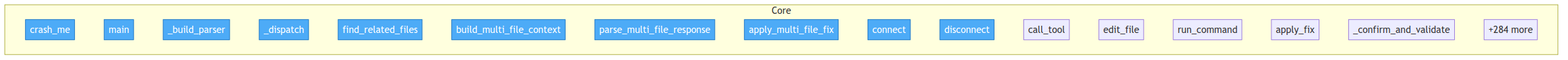
This is project/flow.png from semcod/pfix, a Mermaid export, as it was before one commit. Its source is kept beside it as project/flow.mmd.
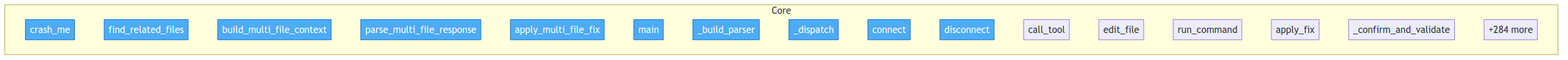
Above is the later version.

Change to the diagram source:
```diff
@@ -4,13 +4,13 @@
 
     subgraph Core
         verify_runtime__crash_me["crash_me"]
-        src__pfix__cli__main["main"]
-        src__pfix__cli___build_parser["_build_parser"]
-        src__pfix__cli___dispatch["_dispatch"]
         src__pfix__multi_fix__find_related_files["find_related_files"]
         src__pfix__multi_fix__build_multi_file_context["build_multi_file_context"]
         src__pfix__multi_fix__parse_multi_file_response["parse_multi_file_response"]
         src__pfix__multi_fix__apply_multi_file_fix["apply_multi_file_fix"]
+        src__pfix__cli__main["main"]
+        src__pfix__cli___build_parser["_build_parser"]
+        src__pfix__cli___dispatch["_dispatch"]
         src__pfix__mcp_client__MCPClient__connect["connect"]
         src__pfix__mcp_client__MCPClient__disconnect["disconnect"]
         src__pfix__mcp_client__MCPClient__call_tool["call_tool"]
@@ -21,4 +21,4 @@
         ...["+284 more"]
     end
 
-    class verify_runtime__crash_me,src__pfix__cli__main,src__pfix__cli___build_parser,src__pfix__cli___dispatch,src__pfix__multi_fix__find_related_files,src__pfix__multi_fix__build_multi_file_context,src__pfix__multi_fix__parse_multi_file_response,src__pfix__multi_fix__apply_multi_file_fix,src__pfix__mcp_client__MCPClient__connect,src__pfix__mcp_client__MCPClient__disconnect entry
+    class verify_runtime__crash_me,src__pfix__multi_fix__find_related_files,src__pfix__multi_fix__build_multi_file_context,src__pfix__multi_fix__parse_multi_file_response,src__pfix__multi_fix__apply_multi_file_fix,src__pfix__cli__main,src__pfix__cli___build_parser,src__pfix__cli___dispatch,src__pfix__mcp_client__MCPClient__connect,src__pfix__mcp_client__MCPClient__disconnect entry
```
